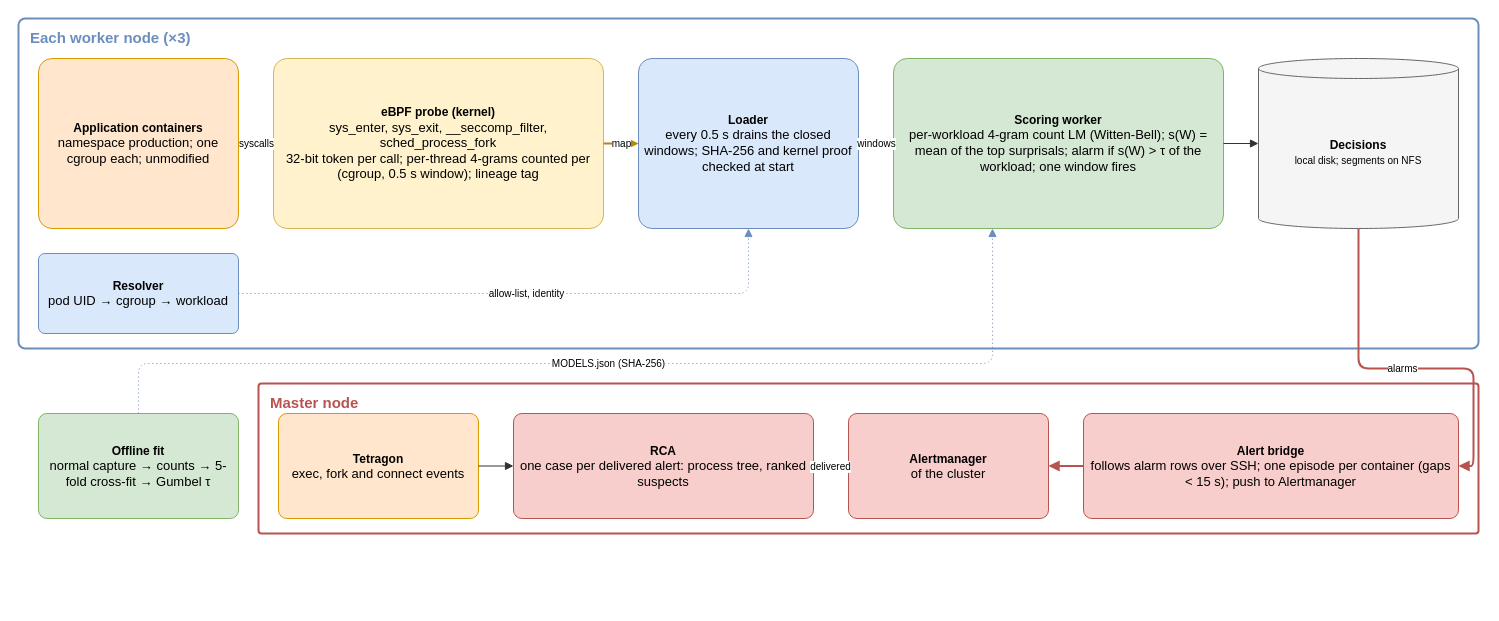
The draw.io diagram docs/architecture/sentinel-pulse-overview-en.drawio in tndat-dev/eBPF-project, before the edit. Source tidied: cells renumbered, new cells numbered last; positions are measured from the earlier drawing's top-left corner, leaving out a move shared by most shapes. Both pictures are drawn from the tidied source at 100%, with x=0, y=0 at pixel (18, 18).
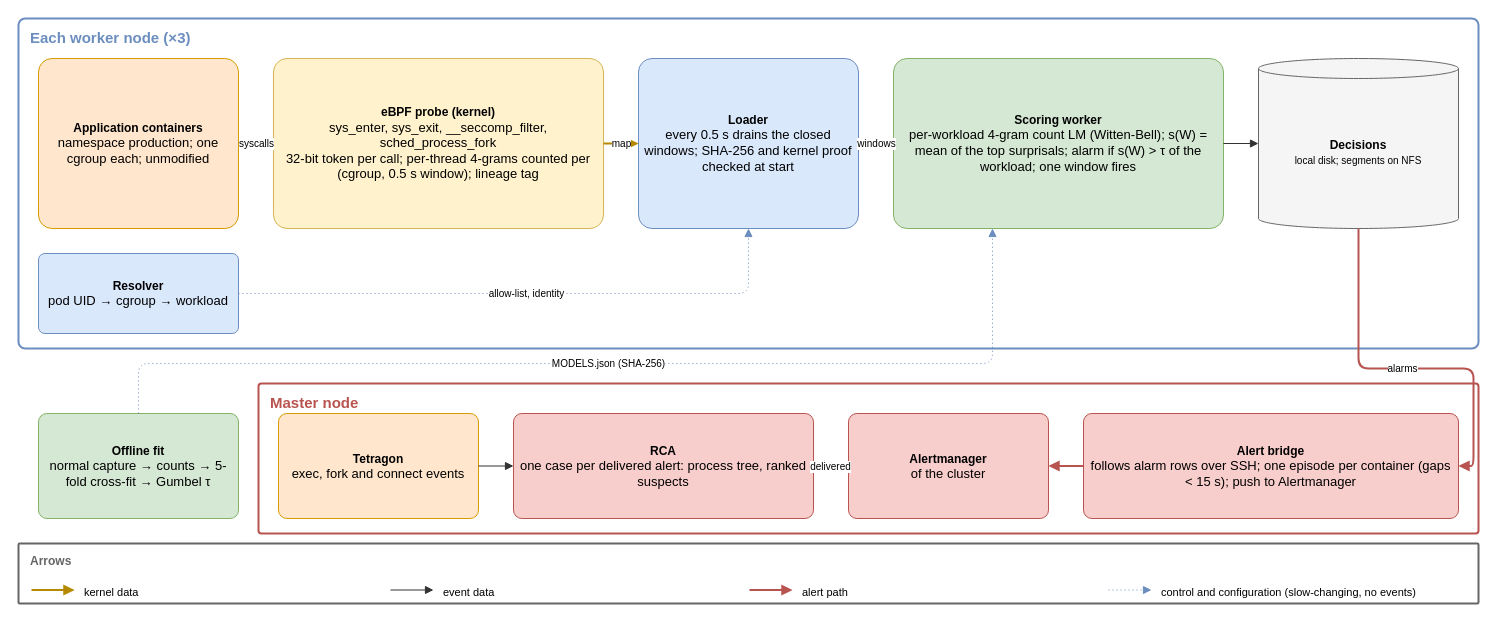
The same diagram, later.

The edit, as a diff of the source:
```diff
@@
+    <mxCell id="25" value="Arrows" style="rounded=1;whiteSpace=wrap;html=1;fillColor=none;strokeColor=#666666;strokeWidth=2;arcSize=2;verticalAlign=top;align=left;spacingLeft=10;spacingTop=4;fontStyle=1;fontSize=12;fontColor=#666666;" parent="1" vertex="1">
+      <mxGeometry y="525" width="1460" height="60" as="geometry" />
+    </mxCell>
+    <mxCell id="26" style="text;html=1;strokeColor=none;fillColor=none;" parent="1" vertex="1">
+      <mxGeometry x="12" y="571" width="1" height="1" as="geometry" />
+    </mxCell>
+    <mxCell id="27" style="text;html=1;strokeColor=none;fillColor=none;" parent="1" vertex="1">
+      <mxGeometry x="56" y="571" width="1" height="1" as="geometry" />
+    </mxCell>
+    <mxCell id="28" style="edgeStyle=orthogonalEdgeStyle;rounded=1;html=1;endArrow=block;endFill=1;fontSize=10;labelBackgroundColor=#FFFFFF;strokeColor=#B58900;strokeWidth=2;" parent="1" edge="1" source="26" target="27">
+      <mxGeometry relative="1" as="geometry" />
+    </mxCell>
+    <mxCell id="29" value="kernel data" style="text;html=1;whiteSpace=wrap;align=left;verticalAlign=top;fontSize=11;" parent="1" vertex="1">
+      <mxGeometry x="64" y="561" width="303" height="22" as="geometry" />
+    </mxCell>
+    <mxCell id="30" style="text;html=1;strokeColor=none;fillColor=none;" parent="1" vertex="1">
+      <mxGeometry x="371" y="571" width="1" height="1" as="geometry" />
+    </mxCell>
+    <mxCell id="31" style="text;html=1;strokeColor=none;fillColor=none;" parent="1" vertex="1">
+      <mxGeometry x="415" y="571" width="1" height="1" as="geometry" />
+    </mxCell>
+    <mxCell id="32" style="edgeStyle=orthogonalEdgeStyle;rounded=1;html=1;endArrow=block;endFill=1;fontSize=10;labelBackgroundColor=#FFFFFF;strokeColor=#333333;" parent="1" edge="1" source="30" target="31">
+      <mxGeometry relative="1" as="geometry" />
+    </mxCell>
+    <mxCell id="33" value="event data" style="text;html=1;whiteSpace=wrap;align=left;verticalAlign=top;fontSize=11;" parent="1" vertex="1">
+      <mxGeometry x="423" y="561" width="303" height="22" as="geometry" />
+    </mxCell>
+    <mxCell id="34" style="text;html=1;strokeColor=none;fillColor=none;" parent="1" vertex="1">
+      <mxGeometry x="730" y="571" width="1" height="1" as="geometry" />
+    </mxCell>
+    <mxCell id="35" style="text;html=1;strokeColor=none;fillColor=none;" parent="1" vertex="1">
+      <mxGeometry x="774" y="571" width="1" height="1" as="geometry" />
+    </mxCell>
+    <mxCell id="36" style="edgeStyle=orthogonalEdgeStyle;rounded=1;html=1;endArrow=block;endFill=1;fontSize=10;labelBackgroundColor=#FFFFFF;strokeColor=#B85450;strokeWidth=2;" parent="1" edge="1" source="34" target="35">
+      <mxGeometry relative="1" as="geometry" />
+    </mxCell>
+    <mxCell id="37" value="alert path" style="text;html=1;whiteSpace=wrap;align=left;verticalAlign=top;fontSize=11;" parent="1" vertex="1">
+      <mxGeometry x="782" y="561" width="303" height="22" as="geometry" />
+    </mxCell>
+    <mxCell id="38" style="text;html=1;strokeColor=none;fillColor=none;" parent="1" vertex="1">
+      <mxGeometry x="1089" y="571" width="1" height="1" as="geometry" />
+    </mxCell>
+    <mxCell id="39" style="text;html=1;strokeColor=none;fillColor=none;" parent="1" vertex="1">
+      <mxGeometry x="1133" y="571" width="1" height="1" as="geometry" />
+    </mxCell>
+    <mxCell id="40" style="edgeStyle=orthogonalEdgeStyle;rounded=1;html=1;endArrow=block;endFill=1;fontSize=10;labelBackgroundColor=#FFFFFF;strokeColor=#6C8EBF;dashed=1;dashPattern=1 3;" parent="1" edge="1" source="38" target="39">
+      <mxGeometry relative="1" as="geometry" />
+    </mxCell>
+    <mxCell id="41" value="control and configuration (slow-changing, no events)" style="text;html=1;whiteSpace=wrap;align=left;verticalAlign=top;fontSize=11;" parent="1" vertex="1">
+      <mxGeometry x="1141" y="561" width="303" height="22" as="geometry" />
+    </mxCell>
```
